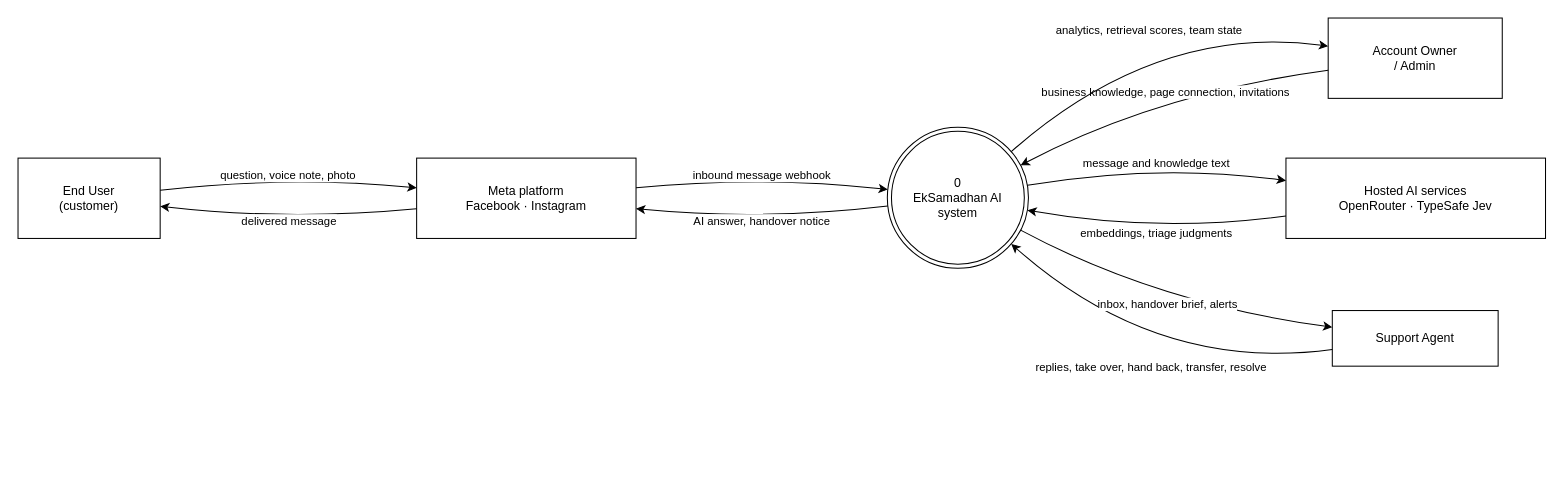
Before: docs/system-design/draw.io/workflow-diagram/level-0-data-flow-diagram/level-0-data-flow-diagram.drawio in SayubShakya/eksamadhan-ai, a draw.io diagram. Source tidied: cells renumbered, new cells numbered last; positions are measured from the earlier drawing's top-left corner, leaving out a move shared by most shapes. Both pictures are drawn from the tidied source at 103%, with x=0, y=0 at pixel (18, 18).
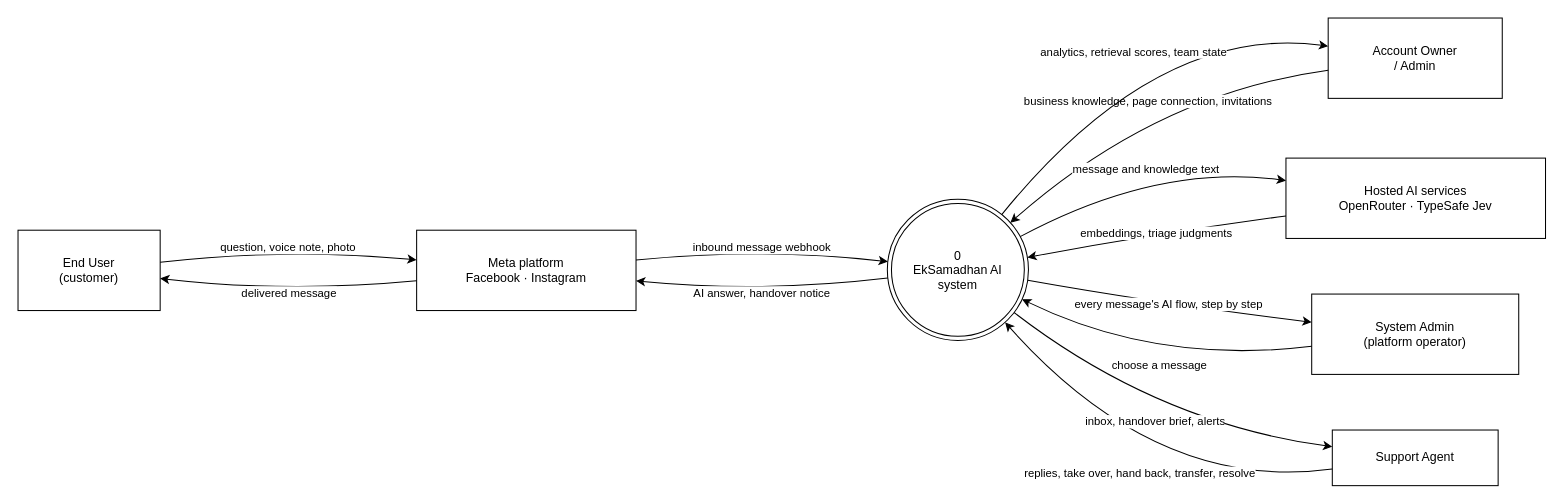
The same page after the edit.

The change refers to these unchanged cells:
```xml
<mxCell id="4" value="Account Owner&lt;br/&gt;/ Admin" style="rounded=0;whiteSpace=wrap;html=1;" parent="1" vertex="1">
  <mxGeometry x="1272" width="169" height="78" as="geometry" />
</mxCell>
<mxCell id="6" value="Hosted AI services&lt;br/&gt;OpenRouter · TypeSafe Jev" style="rounded=0;whiteSpace=wrap;html=1;" parent="1" vertex="1">
  <mxGeometry x="1231" y="136" width="252" height="78" as="geometry" />
</mxCell>
```

What changed in the source:
```diff
@@
     <mxCell id="2" value="End User&lt;br/&gt;(customer)" style="rounded=0;whiteSpace=wrap;html=1;" parent="1" vertex="1">
-      <mxGeometry y="136" width="138" height="78" as="geometry" />
+      <mxGeometry y="206" width="138" height="78" as="geometry" />
     </mxCell>
     <mxCell id="3" value="Support Agent" style="rounded=0;whiteSpace=wrap;html=1;" parent="1" vertex="1">
-      <mxGeometry x="1276" y="284" width="161" height="54" as="geometry" />
+      <mxGeometry x="1276" y="400" width="161" height="54" as="geometry" />
     </mxCell>
@@
     <mxCell id="5" value="Meta platform&lt;br/&gt;Facebook · Instagram" style="rounded=0;whiteSpace=wrap;html=1;" parent="1" vertex="1">
-      <mxGeometry x="387" y="136" width="213" height="78" as="geometry" />
+      <mxGeometry x="387" y="206" width="213" height="78" as="geometry" />
     </mxCell>
@@
+    <mxCell id="18" value="System Admin&lt;br/&gt;(platform operator)" style="rounded=0;whiteSpace=wrap;html=1;" parent="1" vertex="1">
+      <mxGeometry x="1256" y="268" width="201" height="78" as="geometry" />
+    </mxCell>
     <mxCell id="7" value="0&lt;br/&gt;EkSamadhan AI&lt;br/&gt;system" style="ellipse;shape=doubleEllipse;whiteSpace=wrap;html=1;" parent="1" vertex="1">
-      <mxGeometry x="844" y="106" width="137" height="137" as="geometry" />
+      <mxGeometry x="844" y="176" width="137" height="137" as="geometry" />
     </mxCell>
     <mxCell id="8" value="question, voice note, photo" style="edgeStyle=none;curved=1;html=1;exitX=1.00;exitY=0.40;exitDx=0;exitDy=0;entryX=0.00;entryY=0.37;entryDx=0;entryDy=0;labelBackgroundColor=#FFFFFF;fontSize=11;" parent="1" edge="1" source="2" target="5">
       <mxGeometry relative="1" as="geometry">
         <Array as="points">
-          <mxPoint x="262" y="153" />
+          <mxPoint x="262" y="223" />
         </Array>
       </mxGeometry>
     </mxCell>
     <mxCell id="9" value="inbound message webhook" style="edgeStyle=none;curved=1;html=1;exitX=1.00;exitY=0.37;exitDx=0;exitDy=0;entryX=0.00;entryY=0.44;entryDx=0;entryDy=0;labelBackgroundColor=#FFFFFF;fontSize=11;" parent="1" edge="1" source="5" target="7">
       <mxGeometry relative="1" as="geometry">
         <Array as="points">
-          <mxPoint x="722" y="153" />
+          <mxPoint x="722" y="223" />
         </Array>
       </mxGeometry>
     </mxCell>
     <mxCell id="10" value="AI answer, handover notice" style="edgeStyle=none;curved=1;html=1;exitX=0.00;exitY=0.56;exitDx=0;exitDy=0;entryX=1.00;entryY=0.63;entryDx=0;entryDy=0;labelBackgroundColor=#FFFFFF;fontSize=11;" parent="1" edge="1" source="7" target="5">
       <mxGeometry relative="1" as="geometry">
         <Array as="points">
-          <mxPoint x="722" y="197" />
+          <mxPoint x="722" y="267" />
         </Array>
       </mxGeometry>
     </mxCell>
     <mxCell id="11" value="delivered message" style="edgeStyle=none;curved=1;html=1;exitX=0.00;exitY=0.63;exitDx=0;exitDy=0;entryX=1.00;entryY=0.60;entryDx=0;entryDy=0;labelBackgroundColor=#FFFFFF;fontSize=11;" parent="1" edge="1" source="5" target="2">
       <mxGeometry relative="1" as="geometry">
         <Array as="points">
-          <mxPoint x="262" y="197" />
+          <mxPoint x="262" y="267" />
         </Array>
       </mxGeometry>
     </mxCell>
-    <mxCell id="12" value="business knowledge, page connection, invitations" style="edgeStyle=none;curved=1;html=1;exitX=0.00;exitY=0.65;exitDx=0;exitDy=0;entryX=0.94;entryY=0.27;entryDx=0;entryDy=0;labelBackgroundColor=#FFFFFF;fontSize=11;" parent="1" edge="1" source="4" target="7">
+    <mxCell id="12" value="business knowledge, page connection, invitations" style="edgeStyle=none;curved=1;html=1;exitX=0.00;exitY=0.65;exitDx=0;exitDy=0;entryX=0.87;entryY=0.17;entryDx=0;entryDy=0;labelBackgroundColor=#FFFFFF;fontSize=11;" parent="1" edge="1" source="4" target="7">
       <mxGeometry relative="1" as="geometry">
         <Array as="points">
           <mxPoint x="1106" y="73" />
         </Array>
       </mxGeometry>
     </mxCell>
-    <mxCell id="13" value="analytics, retrieval scores, team state" style="edgeStyle=none;curved=1;html=1;exitX=0.88;exitY=0.17;exitDx=0;exitDy=0;entryX=0.00;entryY=0.35;entryDx=0;entryDy=0;labelBackgroundColor=#FFFFFF;fontSize=11;" parent="1" edge="1" source="7" target="4">
+    <mxCell id="13" value="analytics, retrieval scores, team state" style="edgeStyle=none;curved=1;html=1;exitX=0.81;exitY=0.11;exitDx=0;exitDy=0;entryX=0.00;entryY=0.35;entryDx=0;entryDy=0;labelBackgroundColor=#FFFFFF;fontSize=11;" parent="1" edge="1" source="7" target="4">
       <mxGeometry relative="1" as="geometry">
         <Array as="points">
           <mxPoint x="1106" y="5" />
         </Array>
       </mxGeometry>
     </mxCell>
-    <mxCell id="14" value="replies, take over, hand back, transfer, resolve" style="edgeStyle=none;curved=1;html=1;exitX=0.00;exitY=0.70;exitDx=0;exitDy=0;entryX=0.88;entryY=0.83;entryDx=0;entryDy=0;labelBackgroundColor=#FFFFFF;fontSize=11;" parent="1" edge="1" source="3" target="7">
+    <mxCell id="14" value="replies, take over, hand back, transfer, resolve" style="edgeStyle=none;curved=1;html=1;exitX=0.00;exitY=0.70;exitDx=0;exitDy=0;entryX=0.83;entryY=0.87;entryDx=0;entryDy=0;labelBackgroundColor=#FFFFFF;fontSize=11;" parent="1" edge="1" source="3" target="7">
       <mxGeometry relative="1" as="geometry">
         <Array as="points">
-          <mxPoint x="1106" y="345" />
+          <mxPoint x="1106" y="461" />
         </Array>
       </mxGeometry>
     </mxCell>
-    <mxCell id="15" value="message and knowledge text" style="edgeStyle=none;curved=1;html=1;exitX=0.99;exitY=0.41;exitDx=0;exitDy=0;entryX=0.00;entryY=0.28;entryDx=0;entryDy=0;labelBackgroundColor=#FFFFFF;fontSize=11;" parent="1" edge="1" source="7" target="6">
+    <mxCell id="15" value="message and knowledge text" style="edgeStyle=none;curved=1;html=1;exitX=0.94;exitY=0.26;exitDx=0;exitDy=0;entryX=0.00;entryY=0.28;entryDx=0;entryDy=0;labelBackgroundColor=#FFFFFF;fontSize=11;" parent="1" edge="1" source="7" target="6">
       <mxGeometry relative="1" as="geometry">
         <Array as="points">
           <mxPoint x="1106" y="141" />
         </Array>
       </mxGeometry>
     </mxCell>
-    <mxCell id="16" value="embeddings, triage judgments" style="edgeStyle=none;curved=1;html=1;exitX=0.00;exitY=0.72;exitDx=0;exitDy=0;entryX=0.99;entryY=0.59;entryDx=0;entryDy=0;labelBackgroundColor=#FFFFFF;fontSize=11;" parent="1" edge="1" source="6" target="7">
+    <mxCell id="16" value="embeddings, triage judgments" style="edgeStyle=none;curved=1;html=1;exitX=0.00;exitY=0.72;exitDx=0;exitDy=0;entryX=0.99;entryY=0.41;entryDx=0;entryDy=0;labelBackgroundColor=#FFFFFF;fontSize=11;" parent="1" edge="1" source="6" target="7">
       <mxGeometry relative="1" as="geometry">
         <Array as="points">
           <mxPoint x="1106" y="209" />
         </Array>
       </mxGeometry>
     </mxCell>
+    <mxCell id="19" value="choose a message" style="edgeStyle=none;curved=1;html=1;exitX=0.00;exitY=0.65;exitDx=0;exitDy=0;entryX=0.95;entryY=0.71;entryDx=0;entryDy=0;labelBackgroundColor=#FFFFFF;fontSize=11;" parent="1" edge="1" source="18" target="7">
+      <mxGeometry relative="1" as="geometry">
+        <Array as="points">
+          <mxPoint x="1106" y="337" />
+        </Array>
+      </mxGeometry>
+    </mxCell>
+    <mxCell id="20" value="every message's AI flow, step by step" style="edgeStyle=none;curved=1;html=1;exitX=0.99;exitY=0.58;exitDx=0;exitDy=0;entryX=0.00;entryY=0.35;entryDx=0;entryDy=0;labelBackgroundColor=#FFFFFF;fontSize=11;" parent="1" edge="1" source="7" target="18">
+      <mxGeometry relative="1" as="geometry">
+        <Array as="points">
+          <mxPoint x="1106" y="277" />
+        </Array>
+      </mxGeometry>
+    </mxCell>
-    <mxCell id="17" value="inbox, handover brief, alerts" style="edgeStyle=none;curved=1;html=1;exitX=0.94;exitY=0.73;exitDx=0;exitDy=0;entryX=0.00;entryY=0.30;entryDx=0;entryDy=0;labelBackgroundColor=#FFFFFF;fontSize=11;" parent="1" edge="1" source="7" target="3">
+    <mxCell id="17" value="inbox, handover brief, alerts" style="edgeStyle=none;curved=1;html=1;exitX=0.90;exitY=0.80;exitDx=0;exitDy=0;entryX=0.00;entryY=0.30;entryDx=0;entryDy=0;labelBackgroundColor=#FFFFFF;fontSize=11;" parent="1" edge="1" source="7" target="3">
       <mxGeometry relative="1" as="geometry">
         <Array as="points">
-          <mxPoint x="1106" y="277" />
+          <mxPoint x="1106" y="393" />
         </Array>
       </mxGeometry>
     </mxCell>
```
